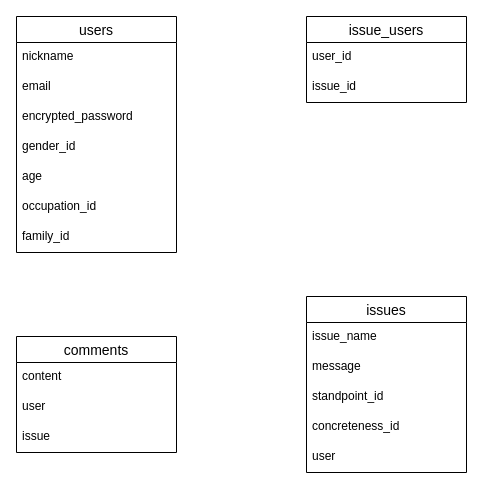
This is er_2.dio from ikenatsu/issue, a draw.io file, before an edit. Source tidied: cells renumbered, new cells numbered last; positions are measured from the earlier drawing's top-left corner, leaving out a move shared by most shapes. Both pictures are drawn from the tidied source at 100%, with x=0, y=0 at pixel (16, 16).
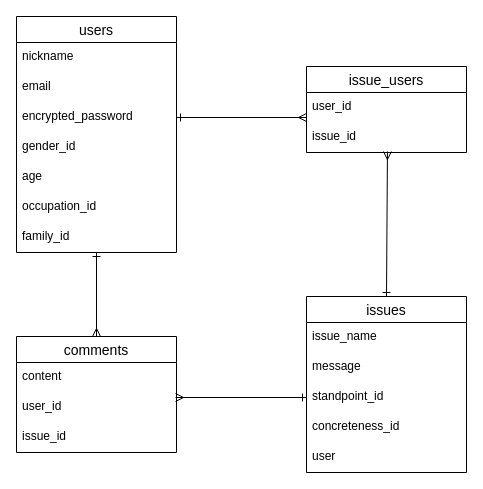
After the change.

Unchanged cells that the change refers to:
```xml
<mxCell id="5" value="encrypted_password" style="text;strokeColor=none;fillColor=none;spacingLeft=4;spacingRight=4;overflow=hidden;points=[[0,0.5],[1,0.5]];portConstraint=eastwest;fontSize=12;" parent="2" vertex="1">
  <mxGeometry y="86" width="160" height="30" as="geometry" />
</mxCell>
<mxCell id="9" value="family_id" style="text;strokeColor=none;fillColor=none;spacingLeft=4;spacingRight=4;overflow=hidden;points=[[0,0.5],[1,0.5]];portConstraint=eastwest;fontSize=12;" parent="2" vertex="1">
  <mxGeometry y="206" width="160" height="30" as="geometry" />
</mxCell>
<mxCell id="11" value="user_id" style="text;strokeColor=none;fillColor=none;spacingLeft=4;spacingRight=4;overflow=hidden;points=[[0,0.5],[1,0.5]];portConstraint=eastwest;fontSize=12;" parent="10" vertex="1">
  <mxGeometry y="26" width="160" height="30" as="geometry" />
</mxCell>
<mxCell id="12" value="issue_id" style="text;strokeColor=none;fillColor=none;spacingLeft=4;spacingRight=4;overflow=hidden;points=[[0,0.5],[1,0.5]];portConstraint=eastwest;fontSize=12;" parent="10" vertex="1">
  <mxGeometry y="56" width="160" height="30" as="geometry" />
</mxCell>
<mxCell id="13" value="comments" style="swimlane;fontStyle=0;horizontal=1;startSize=26;align=center;fontSize=14;" parent="1" vertex="1">
  <mxGeometry y="320" width="160" height="116" as="geometry" />
</mxCell>
<mxCell id="17" value="issues" style="swimlane;fontStyle=0;horizontal=1;startSize=26;align=center;fontSize=14;" parent="1" vertex="1">
  <mxGeometry x="290" y="280" width="160" height="176" as="geometry" />
</mxCell>
<mxCell id="20" value="standpoint_id" style="text;strokeColor=none;fillColor=none;spacingLeft=4;spacingRight=4;overflow=hidden;points=[[0,0.5],[1,0.5]];portConstraint=eastwest;fontSize=12;" parent="17" vertex="1">
  <mxGeometry y="86" width="160" height="30" as="geometry" />
</mxCell>
```

Change to the diagram source:
```diff
@@
     <mxCell id="10" value="issue_users" style="swimlane;fontStyle=0;horizontal=1;startSize=26;align=center;fontSize=14;" parent="1" vertex="1">
-      <mxGeometry x="290" width="160" height="86" as="geometry" />
+      <mxGeometry x="290" y="50" width="160" height="86" as="geometry" />
     </mxCell>
@@
+    <mxCell id="23" style="edgeStyle=none;html=1;exitX=0.5;exitY=0;exitDx=0;exitDy=0;startArrow=ERmany;startFill=0;endArrow=ERone;endFill=0;targetPerimeterSpacing=0;" parent="1" edge="1" source="13" target="9">
+      <mxGeometry relative="1" as="geometry" />
+    </mxCell>
@@
-    <mxCell id="15" value="user" style="text;strokeColor=none;fillColor=none;spacingLeft=4;spacingRight=4;overflow=hidden;points=[[0,0.5],[1,0.5]];portConstraint=eastwest;fontSize=12;" parent="13" vertex="1">
+    <mxCell id="15" value="user_id" style="text;strokeColor=none;fillColor=none;spacingLeft=4;spacingRight=4;overflow=hidden;points=[[0,0.5],[1,0.5]];portConstraint=eastwest;fontSize=12;" parent="13" vertex="1">
       <mxGeometry y="56" width="160" height="30" as="geometry" />
     </mxCell>
-    <mxCell id="16" value="issue" style="text;strokeColor=none;fillColor=none;spacingLeft=4;spacingRight=4;overflow=hidden;fontSize=12;" parent="13" vertex="1">
+    <mxCell id="16" value="issue_id" style="text;strokeColor=none;fillColor=none;spacingLeft=4;spacingRight=4;overflow=hidden;fontSize=12;" parent="13" vertex="1">
       <mxGeometry y="86" width="160" height="30" as="geometry" />
     </mxCell>
+    <mxCell id="24" style="edgeStyle=none;html=1;exitX=0.5;exitY=0;exitDx=0;exitDy=0;entryX=0.506;entryY=0.967;entryDx=0;entryDy=0;entryPerimeter=0;startArrow=ERone;startFill=0;endArrow=ERmany;endFill=0;targetPerimeterSpacing=0;" parent="1" edge="1" source="17" target="12">
+      <mxGeometry relative="1" as="geometry" />
+    </mxCell>
@@
+    <mxCell id="25" style="edgeStyle=none;html=1;exitX=1;exitY=0.5;exitDx=0;exitDy=0;entryX=0;entryY=0.833;entryDx=0;entryDy=0;entryPerimeter=0;startArrow=ERone;startFill=0;endArrow=ERmany;endFill=0;targetPerimeterSpacing=0;" parent="1" edge="1" source="5" target="11">
+      <mxGeometry relative="1" as="geometry" />
+    </mxCell>
+    <mxCell id="26" style="edgeStyle=none;html=1;exitX=0;exitY=0.5;exitDx=0;exitDy=0;entryX=0.994;entryY=0.167;entryDx=0;entryDy=0;entryPerimeter=0;startArrow=ERone;startFill=0;endArrow=ERmany;endFill=0;targetPerimeterSpacing=0;" parent="1" edge="1" source="20" target="15">
+      <mxGeometry relative="1" as="geometry" />
+    </mxCell>
```
